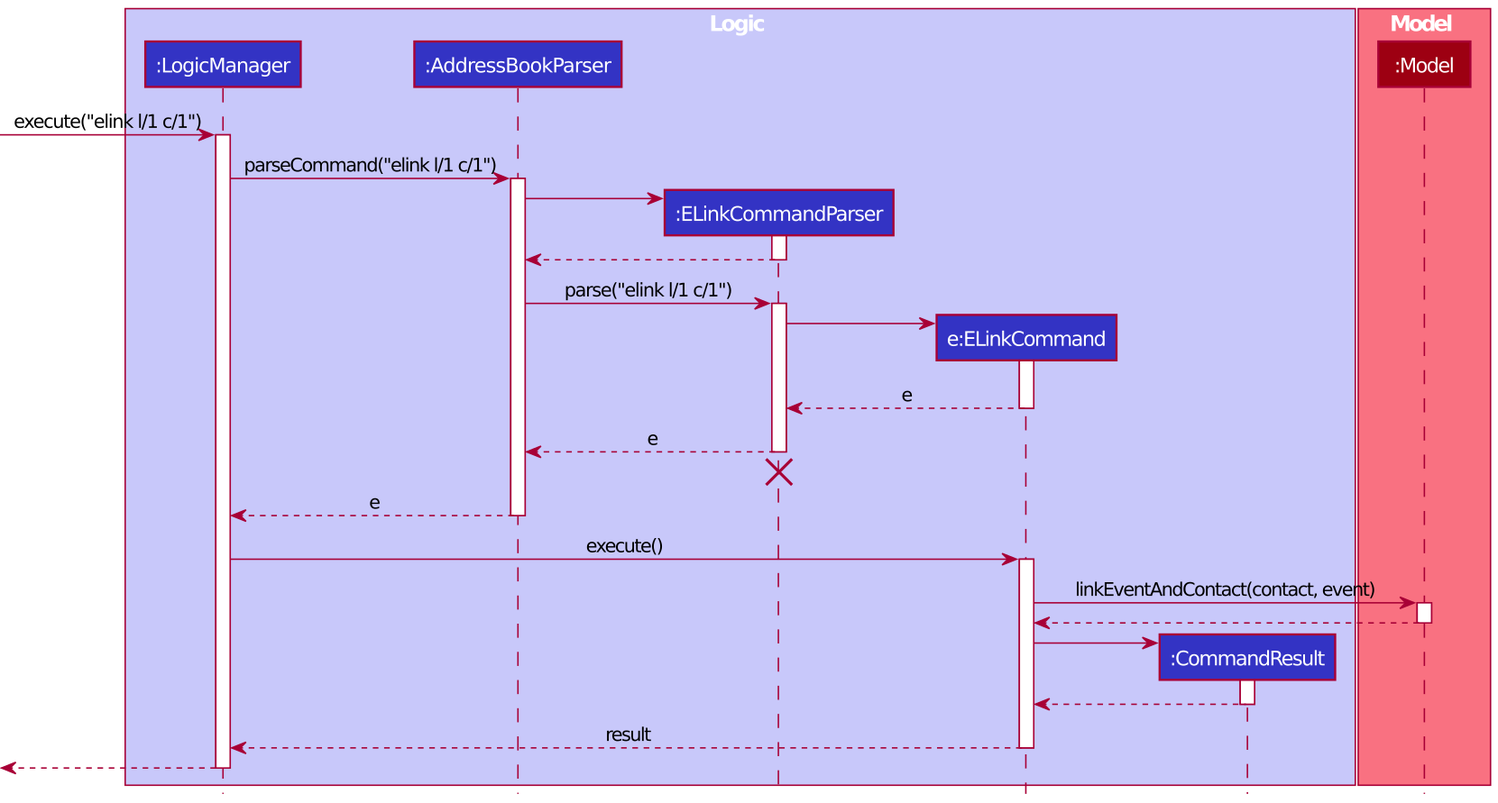
Above: docs/images/ELinkSequenceDiagram.png in xiangjunn/tp (PlantUML), before the change. Its source is kept beside it as docs/diagrams/ELinkSequenceDiagram.puml. Source of this version:
```plantuml
@startuml
!include style.puml

box Logic LOGIC_COLOR_T1
participant ":LogicManager" as LogicManager LOGIC_COLOR
participant ":AddressBookParser" as AddressBookParser LOGIC_COLOR
participant ":ELinkCommandParser" as ELinkCommandParser LOGIC_COLOR
participant "e:ELinkCommand" as ELinkCommand LOGIC_COLOR
participant ":CommandResult" as CommandResult LOGIC_COLOR
end box

box Model MODEL_COLOR_T1
participant ":Model" as Model MODEL_COLOR
end box

[-> LogicManager : execute("elink l/1 c/1")
activate LogicManager

LogicManager -> AddressBookParser : parseCommand("elink l/1 c/1")
activate AddressBookParser

create ELinkCommandParser
AddressBookParser -> ELinkCommandParser
activate ELinkCommandParser

ELinkCommandParser --> AddressBookParser
deactivate ELinkCommandParser

AddressBookParser -> ELinkCommandParser : parse("elink l/1 c/1")
activate ELinkCommandParser

create ELinkCommand
ELinkCommandParser -> ELinkCommand
activate ELinkCommand

ELinkCommand --> ELinkCommandParser : e
deactivate ELinkCommand

ELinkCommandParser --> AddressBookParser : e
deactivate ELinkCommandParser
ELinkCommandParser -[hidden]-> AddressBookParser
destroy ELinkCommandParser

AddressBookParser --> LogicManager : e
deactivate AddressBookParser

LogicManager -> ELinkCommand : execute()
activate ELinkCommand

ELinkCommand -> Model : linkEventAndContact(contact, event)
activate Model

Model --> ELinkCommand
deactivate Model

create CommandResult
ELinkCommand -> CommandResult
activate CommandResult

CommandResult --> ELinkCommand
deactivate CommandResult

ELinkCommand --> LogicManager : result
deactivate ELinkCommand

[<--LogicManager
deactivate LogicManager
@enduml
```
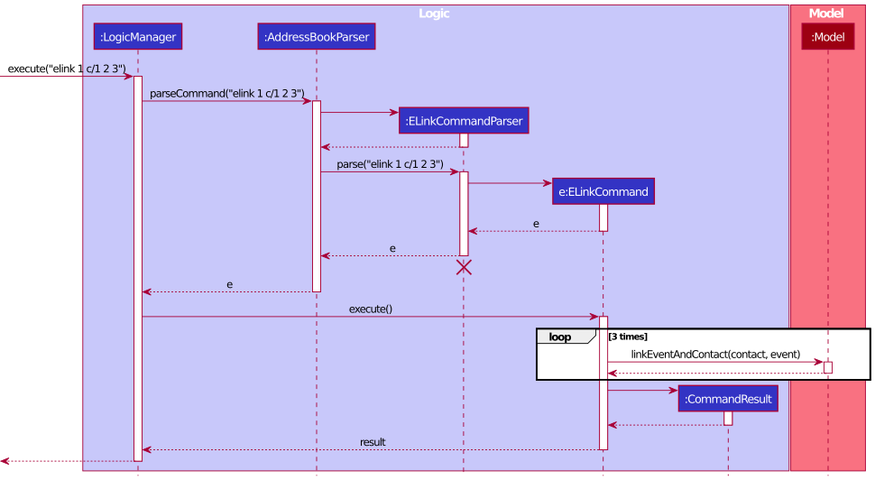
Above is the later version.

Commit message:
Update developer guide according to latest elink changes

What changed in the source:
```diff
@@ -13,10 +13,10 @@
 participant ":Model" as Model MODEL_COLOR
 end box
 
-[-> LogicManager : execute("elink l/1 c/1")
+[-> LogicManager : execute("elink 1 c/1 2 3")
 activate LogicManager
 
-LogicManager -> AddressBookParser : parseCommand("elink l/1 c/1")
+LogicManager -> AddressBookParser : parseCommand("elink 1 c/1 2 3")
 activate AddressBookParser
 
 create ELinkCommandParser
@@ -26,7 +26,7 @@
 ELinkCommandParser --> AddressBookParser
 deactivate ELinkCommandParser
 
-AddressBookParser -> ELinkCommandParser : parse("elink l/1 c/1")
+AddressBookParser -> ELinkCommandParser : parse("elink 1 c/1 2 3")
 activate ELinkCommandParser
 
 create ELinkCommand
@@ -47,11 +47,13 @@
 LogicManager -> ELinkCommand : execute()
 activate ELinkCommand
 
-ELinkCommand -> Model : linkEventAndContact(contact, event)
-activate Model
+loop 3 times
+    ELinkCommand -> Model : linkEventAndContact(contact, event)
+    activate Model
 
-Model --> ELinkCommand
-deactivate Model
+    Model --> ELinkCommand
+    deactivate Model
+end
 
 create CommandResult
 ELinkCommand -> CommandResult
```
